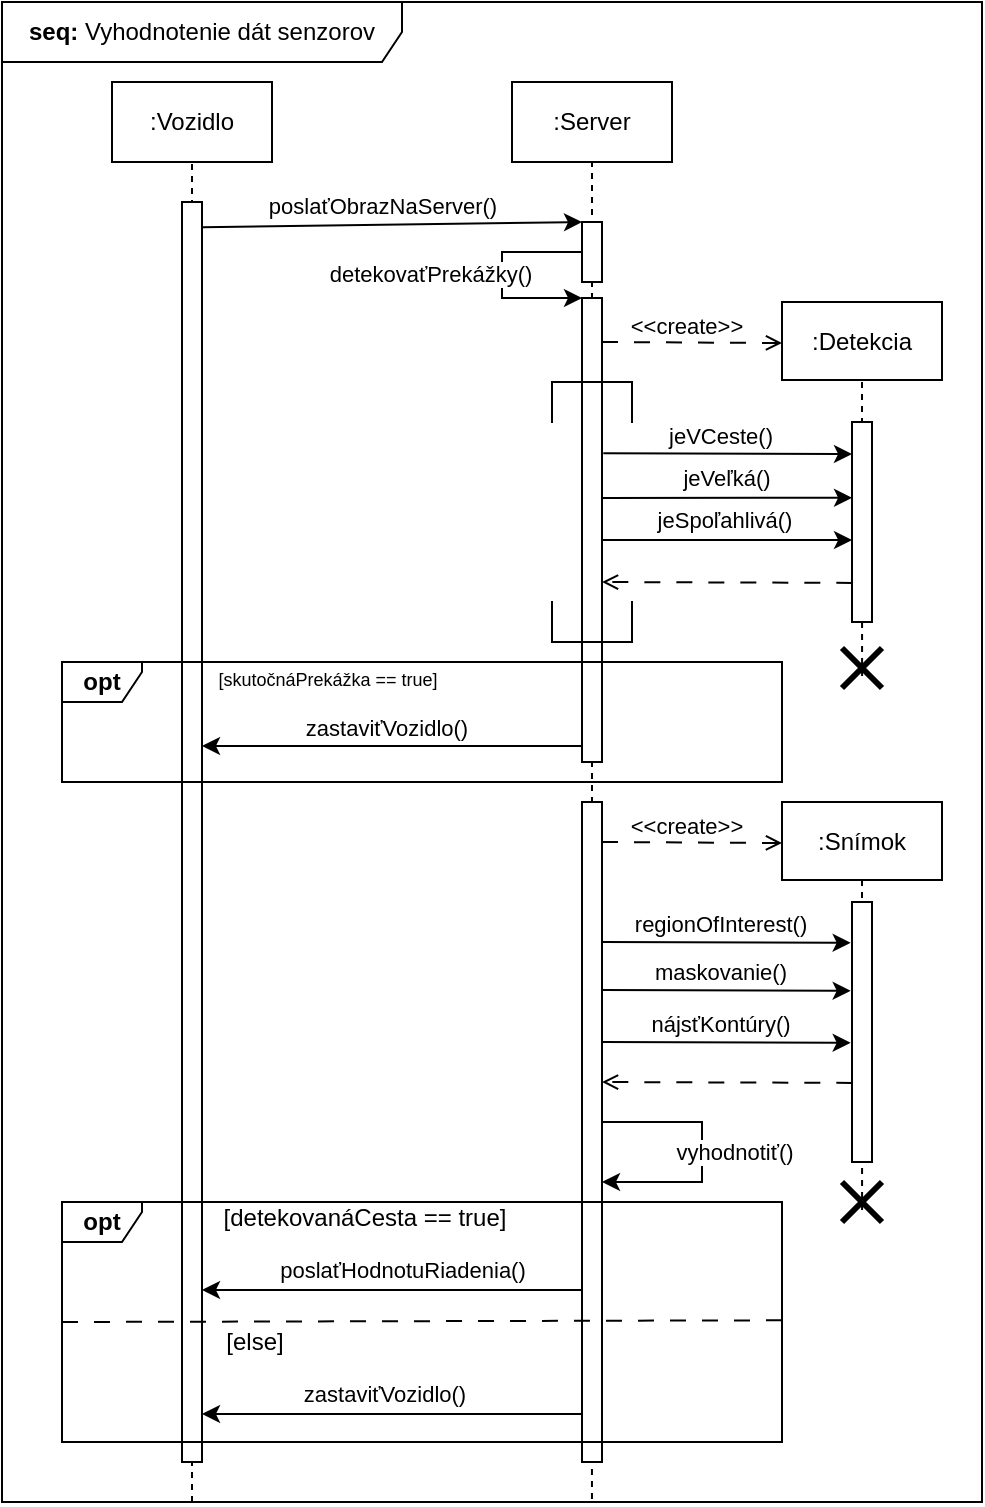
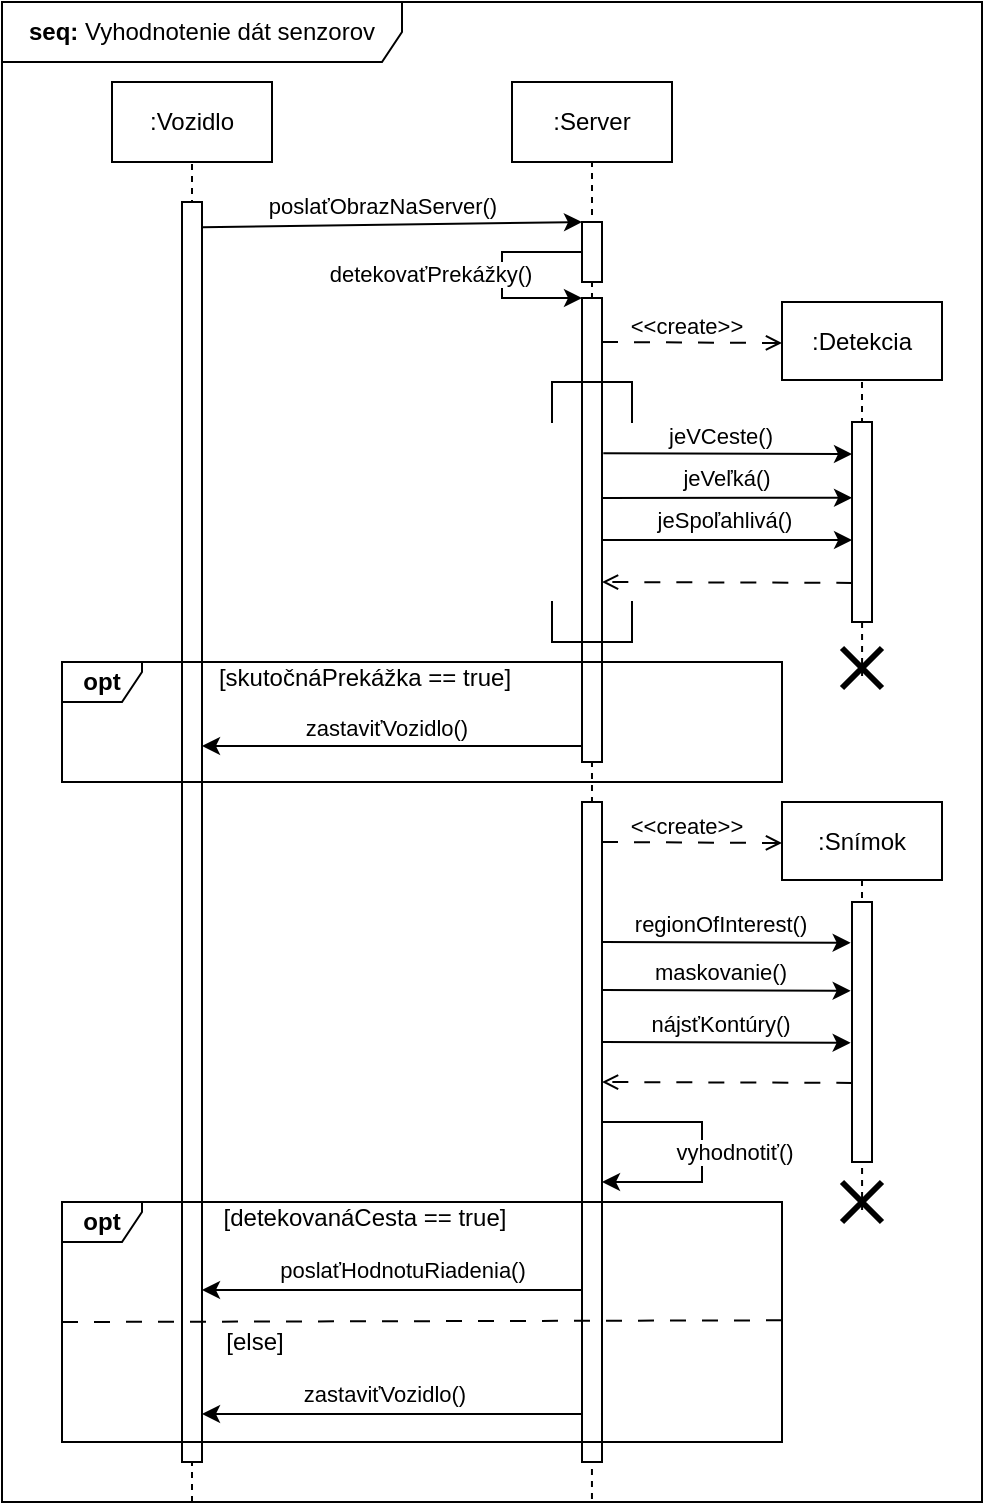
<mxfile host="app.diagrams.net">
  <diagram name="Page-1" id="ub8gjhBiqY6bSehZgteE">
-     <mxGraphModel dx="2020" dy="1084" grid="1" gridSize="10" guides="1" tooltips="1" connect="1" arrows="1" fold="1" page="1" pageScale="1" pageWidth="850" pageHeight="1100" math="0" shadow="0">
+     <mxGraphModel dx="770" dy="437" grid="1" gridSize="10" guides="1" tooltips="1" connect="1" arrows="1" fold="1" page="1" pageScale="1" pageWidth="850" pageHeight="1100" math="0" shadow="0">
      <root>
        <mxCell id="0" />
        <mxCell id="1" parent="0" />
        <mxCell id="pWu_k_q1SA2lCSRvb3VX-6" parent="1" style="shape=umlFrame;whiteSpace=wrap;html=1;pointerEvents=0;recursiveResize=0;container=1;collapsible=0;width=200;height=30;" value="&lt;b&gt;seq:&lt;/b&gt;&amp;nbsp;Vyhodnotenie dát senzorov" vertex="1">
          <mxGeometry height="750" width="490" x="20" y="10" as="geometry" />
        </mxCell>
        <mxCell id="pWu_k_q1SA2lCSRvb3VX-5" edge="1" parent="pWu_k_q1SA2lCSRvb3VX-6" source="pWu_k_q1SA2lCSRvb3VX-6" style="endArrow=none;dashed=1;html=1;rounded=0;entryX=0.5;entryY=1;entryDx=0;entryDy=0;exitX=0.602;exitY=0.998;exitDx=0;exitDy=0;exitPerimeter=0;" target="pWu_k_q1SA2lCSRvb3VX-2" value="">
          <mxGeometry height="50" relative="1" width="50" as="geometry">
            <mxPoint x="295" y="735" as="sourcePoint" />
            <mxPoint x="295" y="103.21428571428572" as="targetPoint" />
          </mxGeometry>
        </mxCell>
        <mxCell id="pWu_k_q1SA2lCSRvb3VX-8" connectable="0" parent="pWu_k_q1SA2lCSRvb3VX-6" style="group" value="" vertex="1">
          <mxGeometry height="690" width="120" x="250" y="40" as="geometry" />
        </mxCell>
        <mxCell id="pWu_k_q1SA2lCSRvb3VX-2" parent="pWu_k_q1SA2lCSRvb3VX-8" style="rounded=0;whiteSpace=wrap;html=1;" value=":Server" vertex="1">
          <mxGeometry height="40" width="80" x="5" as="geometry" />
        </mxCell>
        <mxCell id="pWu_k_q1SA2lCSRvb3VX-12" parent="pWu_k_q1SA2lCSRvb3VX-8" style="rounded=0;whiteSpace=wrap;html=1;" value="" vertex="1">
          <mxGeometry height="30" width="10" x="40" y="70" as="geometry" />
        </mxCell>
        <mxCell id="pWu_k_q1SA2lCSRvb3VX-16" parent="pWu_k_q1SA2lCSRvb3VX-8" style="rounded=0;whiteSpace=wrap;html=1;" value="" vertex="1">
          <mxGeometry height="232" width="10" x="40" y="108" as="geometry" />
        </mxCell>
        <mxCell id="pWu_k_q1SA2lCSRvb3VX-27" edge="1" parent="pWu_k_q1SA2lCSRvb3VX-8" source="pWu_k_q1SA2lCSRvb3VX-12" style="endArrow=classic;html=1;rounded=0;exitX=0;exitY=0.5;exitDx=0;exitDy=0;entryX=0;entryY=0;entryDx=0;entryDy=0;" target="pWu_k_q1SA2lCSRvb3VX-16" value="">
          <mxGeometry height="50" relative="1" width="50" as="geometry">
            <Array as="points">
              <mxPoint y="85" />
              <mxPoint y="108" />
            </Array>
            <mxPoint x="20" y="140" as="sourcePoint" />
            <mxPoint x="70" y="90" as="targetPoint" />
          </mxGeometry>
        </mxCell>
        <mxCell id="pWu_k_q1SA2lCSRvb3VX-28" connectable="0" parent="pWu_k_q1SA2lCSRvb3VX-27" style="edgeLabel;html=1;align=center;verticalAlign=middle;resizable=0;points=[];" value="detekovaťPrekážky()" vertex="1">
          <mxGeometry relative="1" x="0.0632" y="1" as="geometry">
            <mxPoint x="-37" y="-4" as="offset" />
          </mxGeometry>
        </mxCell>
        <mxCell id="pWu_k_q1SA2lCSRvb3VX-31" parent="pWu_k_q1SA2lCSRvb3VX-8" style="shape=partialRectangle;whiteSpace=wrap;html=1;bottom=0;fillColor=none;point=[];connectable=0;targetShapes=umlLifeline;" value="" vertex="1">
          <mxGeometry height="20" width="40" x="25" y="150" as="geometry" />
        </mxCell>
        <mxCell id="pWu_k_q1SA2lCSRvb3VX-32" parent="pWu_k_q1SA2lCSRvb3VX-8" style="shape=partialRectangle;whiteSpace=wrap;html=1;top=0;fillColor=none;point=[];connectable=0;targetShapes=umlLifeline;" value="" vertex="1">
          <mxGeometry height="20" width="40" x="25" y="260" as="geometry" />
        </mxCell>
        <mxCell id="pWu_k_q1SA2lCSRvb3VX-43" edge="1" parent="pWu_k_q1SA2lCSRvb3VX-8" style="endArrow=classic;html=1;rounded=0;exitX=-0.012;exitY=0.931;exitDx=0;exitDy=0;exitPerimeter=0;" value="">
          <mxGeometry height="50" relative="1" width="50" as="geometry">
            <mxPoint x="39.88000000000011" y="331.99199999999996" as="sourcePoint" />
            <mxPoint x="-150" y="332" as="targetPoint" />
          </mxGeometry>
        </mxCell>
        <mxCell id="pWu_k_q1SA2lCSRvb3VX-44" connectable="0" parent="pWu_k_q1SA2lCSRvb3VX-43" style="edgeLabel;html=1;align=center;verticalAlign=middle;resizable=0;points=[];" value="zastaviťVozidlo()" vertex="1">
          <mxGeometry relative="1" x="-0.2605" as="geometry">
            <mxPoint x="-28" y="-9" as="offset" />
          </mxGeometry>
        </mxCell>
        <mxCell id="pWu_k_q1SA2lCSRvb3VX-46" edge="1" parent="pWu_k_q1SA2lCSRvb3VX-8" style="endArrow=open;html=1;rounded=0;dashed=1;dashPattern=8 8;endFill=0;exitX=0.017;exitY=0.663;exitDx=0;exitDy=0;exitPerimeter=0;" value="">
          <mxGeometry height="50" relative="1" width="50" as="geometry">
            <mxPoint x="175.16999999999996" y="250.45000000000005" as="sourcePoint" />
            <mxPoint x="50" y="250" as="targetPoint" />
          </mxGeometry>
        </mxCell>
        <mxCell id="pWu_k_q1SA2lCSRvb3VX-48" parent="pWu_k_q1SA2lCSRvb3VX-8" style="rounded=0;whiteSpace=wrap;html=1;" value="" vertex="1">
          <mxGeometry height="330" width="10" x="40" y="360" as="geometry" />
        </mxCell>
        <mxCell id="pWu_k_q1SA2lCSRvb3VX-64" edge="1" parent="pWu_k_q1SA2lCSRvb3VX-8" style="endArrow=open;html=1;rounded=0;dashed=1;dashPattern=8 8;endFill=0;exitX=0.017;exitY=0.663;exitDx=0;exitDy=0;exitPerimeter=0;" value="">
          <mxGeometry height="50" relative="1" width="50" as="geometry">
            <mxPoint x="175.16999999999996" y="500.45000000000005" as="sourcePoint" />
            <mxPoint x="50" y="500" as="targetPoint" />
          </mxGeometry>
        </mxCell>
        <mxCell id="pWu_k_q1SA2lCSRvb3VX-65" edge="1" parent="pWu_k_q1SA2lCSRvb3VX-8" style="endArrow=classic;html=1;rounded=0;exitX=1;exitY=0.75;exitDx=0;exitDy=0;entryX=1;entryY=0.75;entryDx=0;entryDy=0;edgeStyle=orthogonalEdgeStyle;" value="">
          <mxGeometry height="50" relative="1" width="50" as="geometry">
            <Array as="points">
              <mxPoint x="100" y="520" />
              <mxPoint x="100" y="550" />
            </Array>
            <mxPoint x="50.38" y="519.9999999999999" as="sourcePoint" />
            <mxPoint x="50" y="549.9999999999999" as="targetPoint" />
          </mxGeometry>
        </mxCell>
        <mxCell id="pWu_k_q1SA2lCSRvb3VX-69" connectable="0" parent="pWu_k_q1SA2lCSRvb3VX-65" style="edgeLabel;html=1;align=center;verticalAlign=middle;resizable=0;points=[];" value="vyhodnotiť()" vertex="1">
          <mxGeometry relative="1" x="0.1393" y="1" as="geometry">
            <mxPoint x="15" y="-10" as="offset" />
          </mxGeometry>
        </mxCell>
        <mxCell id="pWu_k_q1SA2lCSRvb3VX-14" edge="1" parent="pWu_k_q1SA2lCSRvb3VX-6" source="pWu_k_q1SA2lCSRvb3VX-9" style="endArrow=classic;html=1;rounded=0;exitX=0.998;exitY=0.02;exitDx=0;exitDy=0;exitPerimeter=0;entryX=0;entryY=0;entryDx=0;entryDy=0;" target="pWu_k_q1SA2lCSRvb3VX-12" value="">
          <mxGeometry height="50" relative="1" width="50" as="geometry">
            <mxPoint x="430" y="230" as="sourcePoint" />
            <mxPoint x="480" y="180" as="targetPoint" />
          </mxGeometry>
        </mxCell>
        <mxCell id="pWu_k_q1SA2lCSRvb3VX-15" connectable="0" parent="pWu_k_q1SA2lCSRvb3VX-14" style="edgeLabel;html=1;align=center;verticalAlign=middle;resizable=0;points=[];" value="poslaťObrazNaServer()" vertex="1">
          <mxGeometry relative="1" x="-0.168" y="-1" as="geometry">
            <mxPoint x="11" y="-11" as="offset" />
          </mxGeometry>
        </mxCell>
        <mxCell id="pWu_k_q1SA2lCSRvb3VX-21" parent="pWu_k_q1SA2lCSRvb3VX-6" style="rounded=0;whiteSpace=wrap;html=1;" value=":Detekcia" vertex="1">
          <mxGeometry height="39" width="80" x="390" y="150" as="geometry" />
        </mxCell>
        <mxCell id="pWu_k_q1SA2lCSRvb3VX-23" edge="1" parent="pWu_k_q1SA2lCSRvb3VX-6" style="endArrow=open;html=1;rounded=0;entryX=0;entryY=0.5;entryDx=0;entryDy=0;dashed=1;dashPattern=8 8;endFill=0;" value="">
          <mxGeometry height="50" relative="1" width="50" as="geometry">
            <mxPoint x="300" y="170" as="sourcePoint" />
            <mxPoint x="390" y="170.5" as="targetPoint" />
          </mxGeometry>
        </mxCell>
        <mxCell id="pWu_k_q1SA2lCSRvb3VX-47" connectable="0" parent="pWu_k_q1SA2lCSRvb3VX-23" style="edgeLabel;html=1;align=center;verticalAlign=middle;resizable=0;points=[];" value="&amp;lt;&amp;lt;create&amp;gt;&amp;gt;" vertex="1">
          <mxGeometry relative="1" x="-0.1981" y="1" as="geometry">
            <mxPoint x="6" y="-7" as="offset" />
          </mxGeometry>
        </mxCell>
        <mxCell id="pWu_k_q1SA2lCSRvb3VX-24" edge="1" parent="pWu_k_q1SA2lCSRvb3VX-6" source="pWu_k_q1SA2lCSRvb3VX-39" style="endArrow=none;dashed=1;html=1;rounded=0;entryX=0.5;entryY=1;entryDx=0;entryDy=0;exitX=0.502;exitY=0.699;exitDx=0;exitDy=0;exitPerimeter=0;" target="pWu_k_q1SA2lCSRvb3VX-21" value="">
          <mxGeometry height="50" relative="1" width="50" as="geometry">
            <mxPoint x="430" y="370" as="sourcePoint" />
            <mxPoint x="240" y="200" as="targetPoint" />
          </mxGeometry>
        </mxCell>
        <mxCell id="pWu_k_q1SA2lCSRvb3VX-25" parent="pWu_k_q1SA2lCSRvb3VX-6" style="rounded=0;whiteSpace=wrap;html=1;" value="" vertex="1">
          <mxGeometry height="100" width="10" x="425" y="210" as="geometry" />
        </mxCell>
        <mxCell id="pWu_k_q1SA2lCSRvb3VX-33" edge="1" parent="pWu_k_q1SA2lCSRvb3VX-6" style="endArrow=classic;html=1;rounded=0;exitX=1.067;exitY=0.378;exitDx=0;exitDy=0;exitPerimeter=0;" value="">
          <mxGeometry height="50" relative="1" width="50" as="geometry">
            <mxPoint x="300.6700000000001" y="225.57600000000002" as="sourcePoint" />
            <mxPoint x="425" y="226" as="targetPoint" />
          </mxGeometry>
        </mxCell>
        <mxCell id="pWu_k_q1SA2lCSRvb3VX-36" connectable="0" parent="pWu_k_q1SA2lCSRvb3VX-33" style="edgeLabel;html=1;align=center;verticalAlign=middle;resizable=0;points=[];" value="jeVCeste()" vertex="1">
          <mxGeometry relative="1" x="-0.3806" as="geometry">
            <mxPoint x="20" y="-9" as="offset" />
          </mxGeometry>
        </mxCell>
        <mxCell id="pWu_k_q1SA2lCSRvb3VX-39" parent="pWu_k_q1SA2lCSRvb3VX-6" style="shape=umlDestroy;html=1;strokeWidth=3;" value="" vertex="1">
          <mxGeometry height="20" width="20" x="420" y="323" as="geometry" />
        </mxCell>
        <mxCell id="pWu_k_q1SA2lCSRvb3VX-54" connectable="0" parent="pWu_k_q1SA2lCSRvb3VX-6" style="group" value="" vertex="1">
          <mxGeometry height="230" width="80" x="390" y="400" as="geometry" />
        </mxCell>
        <mxCell id="pWu_k_q1SA2lCSRvb3VX-50" parent="pWu_k_q1SA2lCSRvb3VX-54" style="rounded=0;whiteSpace=wrap;html=1;" value=":Snímok" vertex="1">
          <mxGeometry height="39" width="80" as="geometry" />
        </mxCell>
        <mxCell id="pWu_k_q1SA2lCSRvb3VX-53" parent="pWu_k_q1SA2lCSRvb3VX-54" style="shape=umlDestroy;html=1;strokeWidth=3;" value="" vertex="1">
          <mxGeometry height="20" width="20" x="30" y="190" as="geometry" />
        </mxCell>
        <mxCell id="pWu_k_q1SA2lCSRvb3VX-51" edge="1" parent="pWu_k_q1SA2lCSRvb3VX-54" source="pWu_k_q1SA2lCSRvb3VX-53" style="endArrow=none;dashed=1;html=1;rounded=0;entryX=0.5;entryY=1;entryDx=0;entryDy=0;exitX=0.502;exitY=0.699;exitDx=0;exitDy=0;exitPerimeter=0;" target="pWu_k_q1SA2lCSRvb3VX-50" value="">
          <mxGeometry height="50" relative="1" width="50" as="geometry">
            <mxPoint x="40" y="220" as="sourcePoint" />
            <mxPoint x="-150" y="50" as="targetPoint" />
          </mxGeometry>
        </mxCell>
        <mxCell id="pWu_k_q1SA2lCSRvb3VX-52" parent="pWu_k_q1SA2lCSRvb3VX-54" style="rounded=0;whiteSpace=wrap;html=1;" value="" vertex="1">
          <mxGeometry height="130" width="10" x="35" y="50" as="geometry" />
        </mxCell>
        <mxCell id="pWu_k_q1SA2lCSRvb3VX-7" connectable="0" parent="pWu_k_q1SA2lCSRvb3VX-6" style="group" value="" vertex="1">
          <mxGeometry height="690" width="340" x="50" y="40" as="geometry" />
        </mxCell>
        <mxCell id="pWu_k_q1SA2lCSRvb3VX-1" parent="pWu_k_q1SA2lCSRvb3VX-7" style="rounded=0;whiteSpace=wrap;html=1;" value=":Vozidlo" vertex="1">
          <mxGeometry height="40" width="80" x="5" as="geometry" />
        </mxCell>
        <mxCell id="pWu_k_q1SA2lCSRvb3VX-4" edge="1" parent="pWu_k_q1SA2lCSRvb3VX-7" style="endArrow=none;dashed=1;html=1;rounded=0;entryX=0.5;entryY=1;entryDx=0;entryDy=0;" target="pWu_k_q1SA2lCSRvb3VX-1" value="">
          <mxGeometry height="50" relative="1" width="50" as="geometry">
            <mxPoint x="45" y="710" as="sourcePoint" />
            <mxPoint x="45" y="63.214285714285715" as="targetPoint" />
          </mxGeometry>
        </mxCell>
        <mxCell id="pWu_k_q1SA2lCSRvb3VX-9" parent="pWu_k_q1SA2lCSRvb3VX-7" style="rounded=0;whiteSpace=wrap;html=1;" value="" vertex="1">
          <mxGeometry height="630" width="10" x="40" y="60" as="geometry" />
        </mxCell>
        <mxCell id="pWu_k_q1SA2lCSRvb3VX-70" parent="pWu_k_q1SA2lCSRvb3VX-7" style="shape=umlFrame;whiteSpace=wrap;html=1;pointerEvents=0;recursiveResize=0;container=1;collapsible=0;width=40;height=20;" value="&lt;b&gt;opt&lt;/b&gt;" vertex="1">
          <mxGeometry height="120" width="360" x="-20" y="560" as="geometry" />
        </mxCell>
        <mxCell id="pWu_k_q1SA2lCSRvb3VX-71" parent="pWu_k_q1SA2lCSRvb3VX-70" style="text;html=1;whiteSpace=wrap;strokeColor=none;fillColor=none;align=center;verticalAlign=middle;rounded=0;" value="[detekovanáCesta == true]" vertex="1">
          <mxGeometry height="10" width="157" x="73" y="3" as="geometry" />
        </mxCell>
        <mxCell id="pWu_k_q1SA2lCSRvb3VX-73" parent="pWu_k_q1SA2lCSRvb3VX-70" style="text;html=1;whiteSpace=wrap;strokeColor=none;fillColor=none;align=center;verticalAlign=middle;rounded=0;" value="[else]" vertex="1">
          <mxGeometry height="10" width="47" x="73" y="65" as="geometry" />
        </mxCell>
        <mxCell id="pWu_k_q1SA2lCSRvb3VX-72" edge="1" parent="pWu_k_q1SA2lCSRvb3VX-7" style="endArrow=none;dashed=1;html=1;dashPattern=8 8;strokeWidth=1;rounded=0;entryX=1.001;entryY=0.493;entryDx=0;entryDy=0;entryPerimeter=0;" target="pWu_k_q1SA2lCSRvb3VX-70" value="">
          <mxGeometry height="50" relative="1" width="50" as="geometry">
            <mxPoint x="-20" y="620" as="sourcePoint" />
            <mxPoint x="370" y="450" as="targetPoint" />
          </mxGeometry>
        </mxCell>
        <mxCell id="pWu_k_q1SA2lCSRvb3VX-40" parent="pWu_k_q1SA2lCSRvb3VX-6" style="shape=umlFrame;whiteSpace=wrap;html=1;pointerEvents=0;recursiveResize=0;container=1;collapsible=0;width=40;height=20;" value="&lt;b&gt;opt&lt;/b&gt;" vertex="1">
          <mxGeometry height="60" width="360" x="30" y="330" as="geometry" />
        </mxCell>
-         <mxCell id="pWu_k_q1SA2lCSRvb3VX-42" parent="pWu_k_q1SA2lCSRvb3VX-40" style="text;html=1;whiteSpace=wrap;strokeColor=none;fillColor=none;align=center;verticalAlign=middle;rounded=0;" value="&lt;font style=&quot;font-size: 9px;&quot;&gt;[skutočnáPrekážka == true]&lt;/font&gt;" vertex="1">
-           <mxGeometry height="10" width="120" x="73" y="3" as="geometry" />
+         <mxCell id="pWu_k_q1SA2lCSRvb3VX-42" parent="pWu_k_q1SA2lCSRvb3VX-40" style="text;html=1;whiteSpace=wrap;strokeColor=none;fillColor=none;align=center;verticalAlign=middle;rounded=0;" value="&lt;font&gt;[skutočnáPrekážka == true]&lt;/font&gt;" vertex="1">
+           <mxGeometry height="10" width="157" x="73" y="3" as="geometry" />
        </mxCell>
        <mxCell id="pWu_k_q1SA2lCSRvb3VX-74" edge="1" parent="pWu_k_q1SA2lCSRvb3VX-6" style="endArrow=classic;html=1;rounded=0;" value="">
          <mxGeometry height="50" relative="1" width="50" as="geometry">
            <mxPoint x="290" y="644" as="sourcePoint" />
            <mxPoint x="100" y="644" as="targetPoint" />
          </mxGeometry>
        </mxCell>
        <mxCell id="pWu_k_q1SA2lCSRvb3VX-76" connectable="0" parent="pWu_k_q1SA2lCSRvb3VX-74" style="edgeLabel;html=1;align=center;verticalAlign=middle;resizable=0;points=[];" value="poslaťHodnotuRiadenia()" vertex="1">
          <mxGeometry relative="1" x="-0.2968" as="geometry">
            <mxPoint x="-23" y="-10" as="offset" />
          </mxGeometry>
        </mxCell>
        <mxCell id="pWu_k_q1SA2lCSRvb3VX-34" edge="1" parent="1" style="endArrow=classic;html=1;rounded=0;exitX=1.067;exitY=0.378;exitDx=0;exitDy=0;exitPerimeter=0;entryX=0.002;entryY=0.466;entryDx=0;entryDy=0;entryPerimeter=0;" value="">
          <mxGeometry height="50" relative="1" width="50" as="geometry">
            <mxPoint x="320" y="258" as="sourcePoint" />
            <mxPoint x="445.01999999999987" y="257.9" as="targetPoint" />
          </mxGeometry>
        </mxCell>
        <mxCell id="pWu_k_q1SA2lCSRvb3VX-37" connectable="0" parent="pWu_k_q1SA2lCSRvb3VX-34" style="edgeLabel;html=1;align=center;verticalAlign=middle;resizable=0;points=[];" value="jeVeľká()" vertex="1">
          <mxGeometry relative="1" x="-0.2402" as="geometry">
            <mxPoint x="14" y="-10" as="offset" />
          </mxGeometry>
        </mxCell>
        <mxCell id="pWu_k_q1SA2lCSRvb3VX-35" edge="1" parent="1" style="endArrow=classic;html=1;rounded=0;exitX=1.067;exitY=0.378;exitDx=0;exitDy=0;exitPerimeter=0;entryX=0.002;entryY=0.667;entryDx=0;entryDy=0;entryPerimeter=0;" value="">
          <mxGeometry height="50" relative="1" width="50" as="geometry">
            <mxPoint x="320" y="279" as="sourcePoint" />
            <mxPoint x="445.01999999999987" y="279.05000000000007" as="targetPoint" />
          </mxGeometry>
        </mxCell>
        <mxCell id="pWu_k_q1SA2lCSRvb3VX-38" connectable="0" parent="pWu_k_q1SA2lCSRvb3VX-35" style="edgeLabel;html=1;align=center;verticalAlign=middle;resizable=0;points=[];" value="jeSpoľahlivá()" vertex="1">
          <mxGeometry relative="1" x="-0.2605" as="geometry">
            <mxPoint x="15" y="-10" as="offset" />
          </mxGeometry>
        </mxCell>
        <mxCell id="pWu_k_q1SA2lCSRvb3VX-55" edge="1" parent="1" style="endArrow=open;html=1;rounded=0;entryX=0;entryY=0.5;entryDx=0;entryDy=0;dashed=1;dashPattern=8 8;endFill=0;" value="">
          <mxGeometry height="50" relative="1" width="50" as="geometry">
            <mxPoint x="320" y="430" as="sourcePoint" />
            <mxPoint x="410" y="430.5" as="targetPoint" />
          </mxGeometry>
        </mxCell>
        <mxCell id="pWu_k_q1SA2lCSRvb3VX-56" connectable="0" parent="pWu_k_q1SA2lCSRvb3VX-55" style="edgeLabel;html=1;align=center;verticalAlign=middle;resizable=0;points=[];" value="&amp;lt;&amp;lt;create&amp;gt;&amp;gt;" vertex="1">
          <mxGeometry relative="1" x="-0.1981" y="1" as="geometry">
            <mxPoint x="6" y="-7" as="offset" />
          </mxGeometry>
        </mxCell>
        <mxCell id="pWu_k_q1SA2lCSRvb3VX-57" edge="1" parent="1" style="endArrow=classic;html=1;rounded=0;exitX=1.067;exitY=0.378;exitDx=0;exitDy=0;exitPerimeter=0;" value="">
          <mxGeometry height="50" relative="1" width="50" as="geometry">
            <mxPoint x="320" y="480" as="sourcePoint" />
            <mxPoint x="444.3299999999999" y="480.424" as="targetPoint" />
          </mxGeometry>
        </mxCell>
        <mxCell id="pWu_k_q1SA2lCSRvb3VX-58" connectable="0" parent="pWu_k_q1SA2lCSRvb3VX-57" style="edgeLabel;html=1;align=center;verticalAlign=middle;resizable=0;points=[];" value="regionOfInterest()" vertex="1">
          <mxGeometry relative="1" x="-0.3806" as="geometry">
            <mxPoint x="20" y="-9" as="offset" />
          </mxGeometry>
        </mxCell>
        <mxCell id="pWu_k_q1SA2lCSRvb3VX-59" edge="1" parent="1" style="endArrow=classic;html=1;rounded=0;exitX=1.067;exitY=0.378;exitDx=0;exitDy=0;exitPerimeter=0;" value="">
          <mxGeometry height="50" relative="1" width="50" as="geometry">
            <mxPoint x="320" y="504" as="sourcePoint" />
            <mxPoint x="444.3299999999999" y="504.424" as="targetPoint" />
          </mxGeometry>
        </mxCell>
        <mxCell id="pWu_k_q1SA2lCSRvb3VX-60" connectable="0" parent="pWu_k_q1SA2lCSRvb3VX-59" style="edgeLabel;html=1;align=center;verticalAlign=middle;resizable=0;points=[];" value="maskovanie()" vertex="1">
          <mxGeometry relative="1" x="-0.3806" as="geometry">
            <mxPoint x="20" y="-9" as="offset" />
          </mxGeometry>
        </mxCell>
        <mxCell id="pWu_k_q1SA2lCSRvb3VX-61" edge="1" parent="1" style="endArrow=classic;html=1;rounded=0;exitX=1.067;exitY=0.378;exitDx=0;exitDy=0;exitPerimeter=0;" value="">
          <mxGeometry height="50" relative="1" width="50" as="geometry">
            <mxPoint x="320" y="530" as="sourcePoint" />
            <mxPoint x="444.3299999999999" y="530.424" as="targetPoint" />
          </mxGeometry>
        </mxCell>
        <mxCell id="pWu_k_q1SA2lCSRvb3VX-62" connectable="0" parent="pWu_k_q1SA2lCSRvb3VX-61" style="edgeLabel;html=1;align=center;verticalAlign=middle;resizable=0;points=[];" value="nájsťKontúry()" vertex="1">
          <mxGeometry relative="1" x="-0.3806" as="geometry">
            <mxPoint x="20" y="-9" as="offset" />
          </mxGeometry>
        </mxCell>
        <mxCell id="pWu_k_q1SA2lCSRvb3VX-75" edge="1" parent="1" style="endArrow=classic;html=1;rounded=0;exitX=0;exitY=0.75;exitDx=0;exitDy=0;" value="">
          <mxGeometry height="50" relative="1" width="50" as="geometry">
            <mxPoint x="310" y="716" as="sourcePoint" />
            <mxPoint x="120" y="716" as="targetPoint" />
          </mxGeometry>
        </mxCell>
        <mxCell id="pWu_k_q1SA2lCSRvb3VX-77" connectable="0" parent="pWu_k_q1SA2lCSRvb3VX-75" style="edgeLabel;html=1;align=center;verticalAlign=middle;resizable=0;points=[];" value="zastaviťVozidlo()" vertex="1">
          <mxGeometry relative="1" x="0.0442" y="2" as="geometry">
            <mxPoint y="-12" as="offset" />
          </mxGeometry>
        </mxCell>
      </root>
    </mxGraphModel>
  </diagram>
</mxfile>
